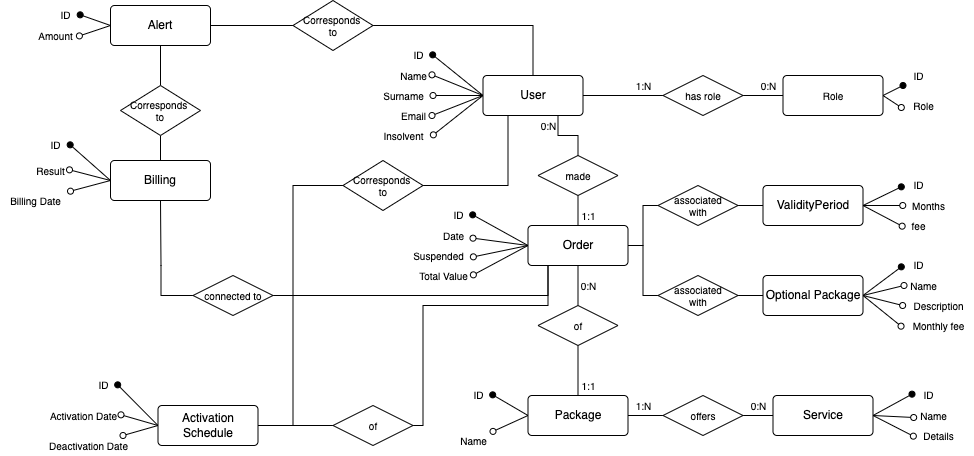
RaffaelloFornasiere/DB2Project keeps this draw.io diagram as docs/diagrams/ER.png. Above is the earlier version. Source tidied: cells renumbered, new cells last; positions are measured from the earlier drawing's top-left corner, leaving out a move shared by most shapes.
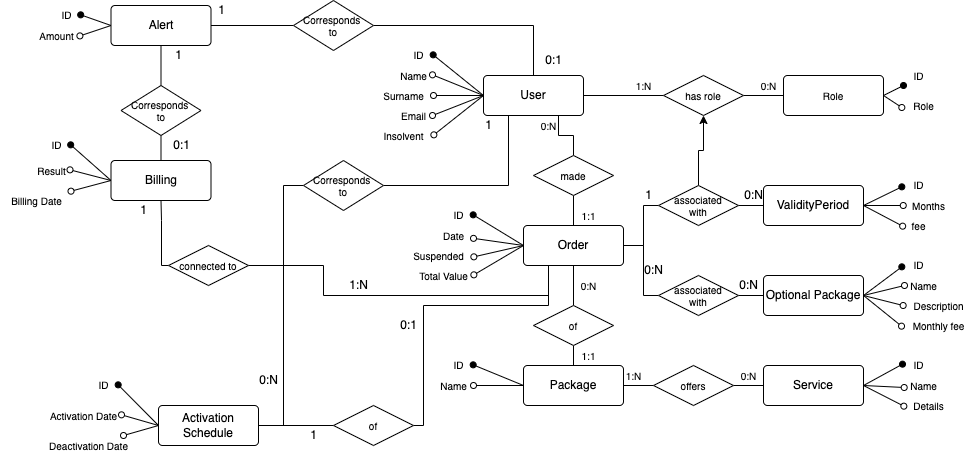
The same diagram one commit later.

Commit message:
cleanup serializable, updating diagrams and presentation

Change to the diagram source:
```diff
@@ -80,7 +80,7 @@
       </mxGeometry>
     </mxCell>
     <mxCell id="26" value="Order" style="rounded=1;arcSize=10;whiteSpace=wrap;html=1;align=center;" parent="1" vertex="1">
-      <mxGeometry x="527.5" y="225" width="100" height="40" as="geometry" />
+      <mxGeometry x="522.5" y="225" width="100" height="40" as="geometry" />
     </mxCell>
     <mxCell id="27" value="&lt;font style=&quot;font-size: 10px&quot;&gt;ID&lt;/font&gt;" style="text;html=1;align=center;verticalAlign=middle;points=[];strokeColor=none;fillColor=none;" parent="1" vertex="1">
       <mxGeometry x="442.5" y="205" width="30" height="20" as="geometry" />
@@ -101,7 +101,7 @@
       <mxGeometry relative="1" as="geometry" />
     </mxCell>
     <mxCell id="33" value="made" style="shape=rhombus;perimeter=rhombusPerimeter;whiteSpace=wrap;html=1;align=center;fontSize=10;" parent="1" vertex="1">
-      <mxGeometry x="537.5" y="155" width="80" height="40" as="geometry" />
+      <mxGeometry x="532.5" y="155" width="80" height="40" as="geometry" />
     </mxCell>
     <mxCell id="34" value="0:N" style="text;html=1;align=center;verticalAlign=middle;strokeColor=none;fillColor=none;fontSize=10;" parent="1" vertex="1">
       <mxGeometry x="532.5" y="115" width="30" height="20" as="geometry" />
@@ -122,16 +122,16 @@
       <mxGeometry relative="1" as="geometry" />
     </mxCell>
     <mxCell id="40" value="Package" style="rounded=1;arcSize=10;whiteSpace=wrap;html=1;align=center;" parent="1" vertex="1">
-      <mxGeometry x="527.5" y="395" width="100" height="40" as="geometry" />
+      <mxGeometry x="522.5" y="365" width="100" height="40" as="geometry" />
     </mxCell>
     <mxCell id="41" value="&lt;font style=&quot;font-size: 10px&quot;&gt;ID&lt;/font&gt;" style="text;html=1;align=center;verticalAlign=middle;points=[];strokeColor=none;fillColor=none;" parent="1" vertex="1">
-      <mxGeometry x="462.5" y="385" width="30" height="20" as="geometry" />
+      <mxGeometry x="442.5" y="355" width="30" height="20" as="geometry" />
     </mxCell>
     <mxCell id="42" value="Name" style="text;html=1;align=center;verticalAlign=middle;points=[];strokeColor=none;fillColor=none;fontSize=10;" parent="1" vertex="1">
-      <mxGeometry x="452.5" y="430" width="40" height="20" as="geometry" />
+      <mxGeometry x="432.5" y="375" width="40" height="20" as="geometry" />
     </mxCell>
     <mxCell id="43" value="1:1" style="text;html=1;align=center;verticalAlign=middle;strokeColor=none;fillColor=none;fontSize=10;" parent="1" vertex="1">
-      <mxGeometry x="572.5" y="375" width="30" height="20" as="geometry" />
+      <mxGeometry x="572.5" y="345" width="30" height="20" as="geometry" />
     </mxCell>
     <mxCell id="44" style="edgeStyle=none;rounded=0;jettySize=auto;html=1;exitX=0.5;exitY=1;exitDx=0;exitDy=0;entryX=0.5;entryY=0;entryDx=0;entryDy=0;fontSize=10;endArrow=none;endFill=0;" parent="1" edge="1" source="46" target="40">
       <mxGeometry relative="1" as="geometry" />
@@ -140,7 +140,7 @@
       <mxGeometry relative="1" as="geometry" />
     </mxCell>
     <mxCell id="46" value="of" style="shape=rhombus;perimeter=rhombusPerimeter;whiteSpace=wrap;html=1;align=center;fontSize=10;" parent="1" vertex="1">
-      <mxGeometry x="537.5" y="305" width="80" height="40" as="geometry" />
+      <mxGeometry x="532.5" y="305" width="80" height="40" as="geometry" />
     </mxCell>
     <mxCell id="47" value="0:N" style="text;html=1;align=center;verticalAlign=middle;strokeColor=none;fillColor=none;fontSize=10;" parent="1" vertex="1">
       <mxGeometry x="572.5" y="275" width="30" height="20" as="geometry" />
@@ -155,13 +155,13 @@
       <mxGeometry relative="1" as="geometry" />
     </mxCell>
     <mxCell id="51" value="Service" style="rounded=1;arcSize=10;whiteSpace=wrap;html=1;align=center;" parent="1" vertex="1">
-      <mxGeometry x="772.5" y="395" width="100" height="40" as="geometry" />
+      <mxGeometry x="762.5" y="365" width="100" height="40" as="geometry" />
     </mxCell>
     <mxCell id="52" value="&lt;font style=&quot;font-size: 10px&quot;&gt;ID&lt;/font&gt;" style="text;html=1;align=center;verticalAlign=middle;points=[];strokeColor=none;fillColor=none;" parent="1" vertex="1">
-      <mxGeometry x="912.5" y="385" width="30" height="20" as="geometry" />
+      <mxGeometry x="902.5" y="355" width="30" height="20" as="geometry" />
     </mxCell>
     <mxCell id="53" value="Name" style="text;html=1;align=center;verticalAlign=middle;points=[];strokeColor=none;fillColor=none;fontSize=10;" parent="1" vertex="1">
-      <mxGeometry x="912.5" y="405" width="40" height="20" as="geometry" />
+      <mxGeometry x="902.5" y="375" width="40" height="20" as="geometry" />
     </mxCell>
     <mxCell id="54" style="edgeStyle=none;rounded=0;jettySize=auto;html=1;exitX=0;exitY=0.5;exitDx=0;exitDy=0;entryX=1;entryY=0.5;entryDx=0;entryDy=0;fontSize=10;endArrow=none;endFill=0;" parent="1" edge="1" source="56" target="40">
       <mxGeometry relative="1" as="geometry" />
@@ -170,13 +170,13 @@
       <mxGeometry relative="1" as="geometry" />
     </mxCell>
     <mxCell id="56" value="offers" style="shape=rhombus;perimeter=rhombusPerimeter;whiteSpace=wrap;html=1;align=center;fontSize=10;" parent="1" vertex="1">
-      <mxGeometry x="662.5" y="395" width="80" height="40" as="geometry" />
+      <mxGeometry x="652.5" y="365" width="80" height="40" as="geometry" />
     </mxCell>
     <mxCell id="57" value="1:N" style="text;html=1;align=center;verticalAlign=middle;strokeColor=none;fillColor=none;fontSize=10;" parent="1" vertex="1">
-      <mxGeometry x="627.5" y="395" width="30" height="20" as="geometry" />
+      <mxGeometry x="617.5" y="365" width="30" height="20" as="geometry" />
     </mxCell>
     <mxCell id="58" value="0:N" style="text;html=1;align=center;verticalAlign=middle;strokeColor=none;fillColor=none;fontSize=10;" parent="1" vertex="1">
-      <mxGeometry x="742.5" y="395" width="30" height="20" as="geometry" />
+      <mxGeometry x="732.5" y="365" width="30" height="20" as="geometry" />
     </mxCell>
     <mxCell id="59" style="edgeStyle=none;rounded=0;jettySize=auto;html=1;exitX=1;exitY=0.5;exitDx=0;exitDy=0;entryX=-0.056;entryY=0.567;entryDx=0;entryDy=0;entryPerimeter=0;fontSize=10;endArrow=oval;endFill=1;" parent="1" edge="1" source="63" target="64">
       <mxGeometry relative="1" as="geometry" />
@@ -243,11 +243,14 @@
         </Array>
       </mxGeometry>
     </mxCell>
+    <mxCell id="115" style="edgeStyle=orthogonalEdgeStyle;rounded=0;jettySize=auto;html=1;" parent="1" edge="1" source="79" target="18">
+      <mxGeometry relative="1" as="geometry" />
+    </mxCell>
     <mxCell id="79" value="associated&lt;br&gt;with" style="shape=rhombus;perimeter=rhombusPerimeter;whiteSpace=wrap;html=1;align=center;fontSize=10;" parent="1" vertex="1">
       <mxGeometry x="657.5" y="185" width="80" height="40" as="geometry" />
     </mxCell>
     <mxCell id="80" value="Details" style="text;html=1;align=center;verticalAlign=middle;points=[];strokeColor=none;fillColor=none;fontSize=10;" parent="1" vertex="1">
-      <mxGeometry x="912.5" y="425" width="50" height="20" as="geometry" />
+      <mxGeometry x="902.5" y="395" width="50" height="20" as="geometry" />
     </mxCell>
     <mxCell id="81" style="rounded=0;jettySize=auto;html=1;exitX=0;exitY=0.5;exitDx=0;exitDy=0;endArrow=oval;endFill=1;entryX=0.989;entryY=0.467;entryDx=0;entryDy=0;entryPerimeter=0;" parent="1" edge="1" source="85" target="86">
       <mxGeometry relative="1" as="geometry" />
@@ -261,8 +264,8 @@
     <mxCell id="84" style="edgeStyle=orthogonalEdgeStyle;rounded=0;jettySize=auto;html=1;exitX=1;exitY=0.5;exitDx=0;exitDy=0;entryX=0;entryY=0.5;entryDx=0;entryDy=0;fontSize=10;endArrow=none;endFill=0;" parent="1" edge="1" source="85" target="93">
       <mxGeometry relative="1" as="geometry">
         <Array as="points">
-          <mxPoint x="292.5" y="425" />
-          <mxPoint x="292.5" y="185" />
+          <mxPoint x="282.5" y="425" />
+          <mxPoint x="282.5" y="185" />
         </Array>
       </mxGeometry>
     </mxCell>
@@ -301,7 +304,7 @@
       </mxGeometry>
     </mxCell>
     <mxCell id="93" value="Corresponds &lt;br&gt;to" style="shape=rhombus;perimeter=rhombusPerimeter;whiteSpace=wrap;html=1;align=center;fontSize=10;" parent="1" vertex="1">
-      <mxGeometry x="342.5" y="160" width="80" height="50" as="geometry" />
+      <mxGeometry x="302.5" y="160" width="80" height="50" as="geometry" />
     </mxCell>
     <mxCell id="94" style="rounded=0;jettySize=auto;html=1;exitX=0;exitY=0.5;exitDx=0;exitDy=0;endArrow=oval;endFill=1;entryX=0.989;entryY=0.467;entryDx=0;entryDy=0;entryPerimeter=0;" parent="1" edge="1" source="97" target="98">
       <mxGeometry relative="1" as="geometry" />
@@ -351,12 +354,14 @@
     <mxCell id="106" style="edgeStyle=orthogonalEdgeStyle;rounded=0;jettySize=auto;html=1;exitX=1;exitY=0.5;exitDx=0;exitDy=0;entryX=0.25;entryY=1;entryDx=0;entryDy=0;fontSize=10;endArrow=none;endFill=0;" parent="1" edge="1" source="107" target="26">
       <mxGeometry relative="1" as="geometry">
         <Array as="points">
+          <mxPoint x="322.5" y="265" />
+          <mxPoint x="322.5" y="295" />
           <mxPoint x="547.5" y="295" />
         </Array>
       </mxGeometry>
     </mxCell>
     <mxCell id="107" value="connected to" style="shape=rhombus;perimeter=rhombusPerimeter;whiteSpace=wrap;html=1;align=center;fontSize=10;" parent="1" vertex="1">
-      <mxGeometry x="192.5" y="275" width="80" height="40" as="geometry" />
+      <mxGeometry x="167.5" y="245" width="80" height="40" as="geometry" />
     </mxCell>
     <mxCell id="108" style="rounded=0;jettySize=auto;html=1;exitX=0;exitY=0.5;exitDx=0;exitDy=0;endArrow=oval;endFill=1;entryX=0.989;entryY=0.467;entryDx=0;entryDy=0;entryPerimeter=0;" parent="1" edge="1" source="111" target="112">
       <mxGeometry relative="1" as="geometry" />
@@ -379,5 +384,47 @@
     <mxCell id="114" value="Billing Date" style="text;html=1;align=center;verticalAlign=middle;points=[];strokeColor=none;fillColor=none;fontSize=10;" parent="1" vertex="1">
       <mxGeometry y="190" width="70" height="20" as="geometry" />
     </mxCell>
+    <mxCell id="116" value="0:N" style="text;html=1;align=center;verticalAlign=middle;strokeColor=none;fillColor=none;" parent="1" vertex="1">
+      <mxGeometry x="737.5" y="185" width="30" height="20" as="geometry" />
+    </mxCell>
+    <mxCell id="117" value="1" style="text;html=1;align=center;verticalAlign=middle;strokeColor=none;fillColor=none;" parent="1" vertex="1">
+      <mxGeometry x="637.5" y="185" width="20" height="20" as="geometry" />
+    </mxCell>
+    <mxCell id="118" value="0:N" style="text;html=1;align=center;verticalAlign=middle;strokeColor=none;fillColor=none;" parent="1" vertex="1">
+      <mxGeometry x="732.5" y="275" width="30" height="20" as="geometry" />
+    </mxCell>
+    <mxCell id="119" value="0:N" style="text;html=1;align=center;verticalAlign=middle;strokeColor=none;fillColor=none;" parent="1" vertex="1">
+      <mxGeometry x="637.5" y="260" width="30" height="20" as="geometry" />
+    </mxCell>
+    <mxCell id="120" value="1" style="text;html=1;align=center;verticalAlign=middle;strokeColor=none;fillColor=none;" parent="1" vertex="1">
+      <mxGeometry x="477.5" y="115" width="20" height="20" as="geometry" />
+    </mxCell>
+    <mxCell id="121" value="0:N" style="text;html=1;align=center;verticalAlign=middle;strokeColor=none;fillColor=none;" parent="1" vertex="1">
+      <mxGeometry x="252.5" y="370" width="30" height="20" as="geometry" />
+    </mxCell>
+    <mxCell id="122" value="0:1" style="text;html=1;align=center;verticalAlign=middle;strokeColor=none;fillColor=none;" parent="1" vertex="1">
+      <mxGeometry x="392.5" y="315" width="30" height="20" as="geometry" />
+    </mxCell>
+    <mxCell id="123" value="1" style="text;html=1;align=center;verticalAlign=middle;strokeColor=none;fillColor=none;" parent="1" vertex="1">
+      <mxGeometry x="302.5" y="425" width="20" height="20" as="geometry" />
+    </mxCell>
+    <mxCell id="124" value="1" style="text;html=1;align=center;verticalAlign=middle;strokeColor=none;fillColor=none;" parent="1" vertex="1">
+      <mxGeometry x="132.5" y="200" width="20" height="20" as="geometry" />
+    </mxCell>
+    <mxCell id="125" value="1:N" style="text;html=1;align=center;verticalAlign=middle;strokeColor=none;fillColor=none;" parent="1" vertex="1">
+      <mxGeometry x="342.5" y="275" width="30" height="20" as="geometry" />
+    </mxCell>
+    <mxCell id="126" value="0:1" style="text;html=1;align=center;verticalAlign=middle;strokeColor=none;fillColor=none;" parent="1" vertex="1">
+      <mxGeometry x="165" y="135" width="30" height="20" as="geometry" />
+    </mxCell>
+    <mxCell id="127" value="1" style="text;html=1;align=center;verticalAlign=middle;strokeColor=none;fillColor=none;" parent="1" vertex="1">
+      <mxGeometry x="167.5" y="45" width="20" height="20" as="geometry" />
+    </mxCell>
+    <mxCell id="128" value="1" style="text;html=1;align=center;verticalAlign=middle;strokeColor=none;fillColor=none;" parent="1" vertex="1">
+      <mxGeometry x="210" width="20" height="20" as="geometry" />
+    </mxCell>
+    <mxCell id="129" value="0:1" style="text;html=1;align=center;verticalAlign=middle;strokeColor=none;fillColor=none;" parent="1" vertex="1">
+      <mxGeometry x="537.5" y="50" width="30" height="20" as="geometry" />
+    </mxCell>
   </root>
 </mxGraphModel>
```
